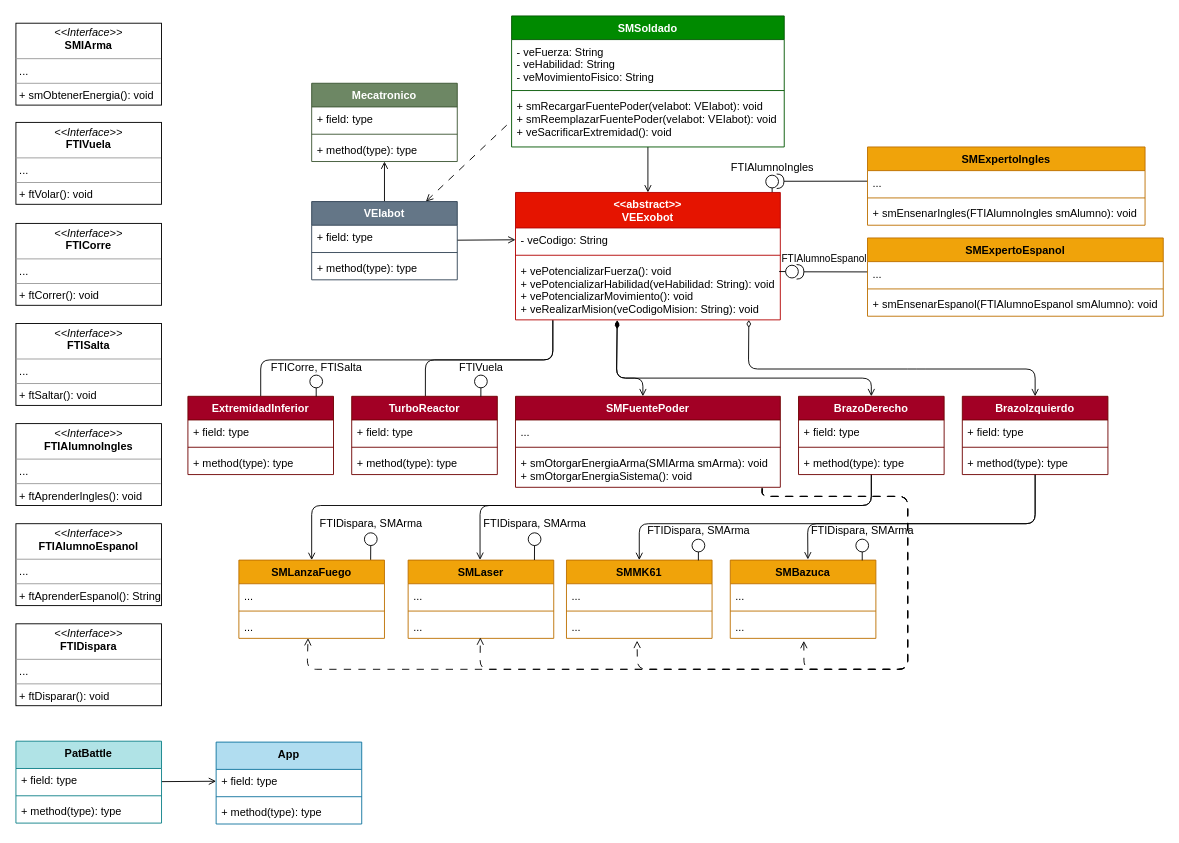
mateonicolasg/Grupo5.Exobot keeps this draw.io diagram as DC.Exobot2.0.drawio. Above is the earlier version. Source tidied: cells renumbered, new cells numbered last; positions are measured from the earlier drawing's top-left corner, leaving out a move shared by most shapes. Both pictures are drawn from the tidied source at 91%, with x=0, y=0 at pixel (15, 15).
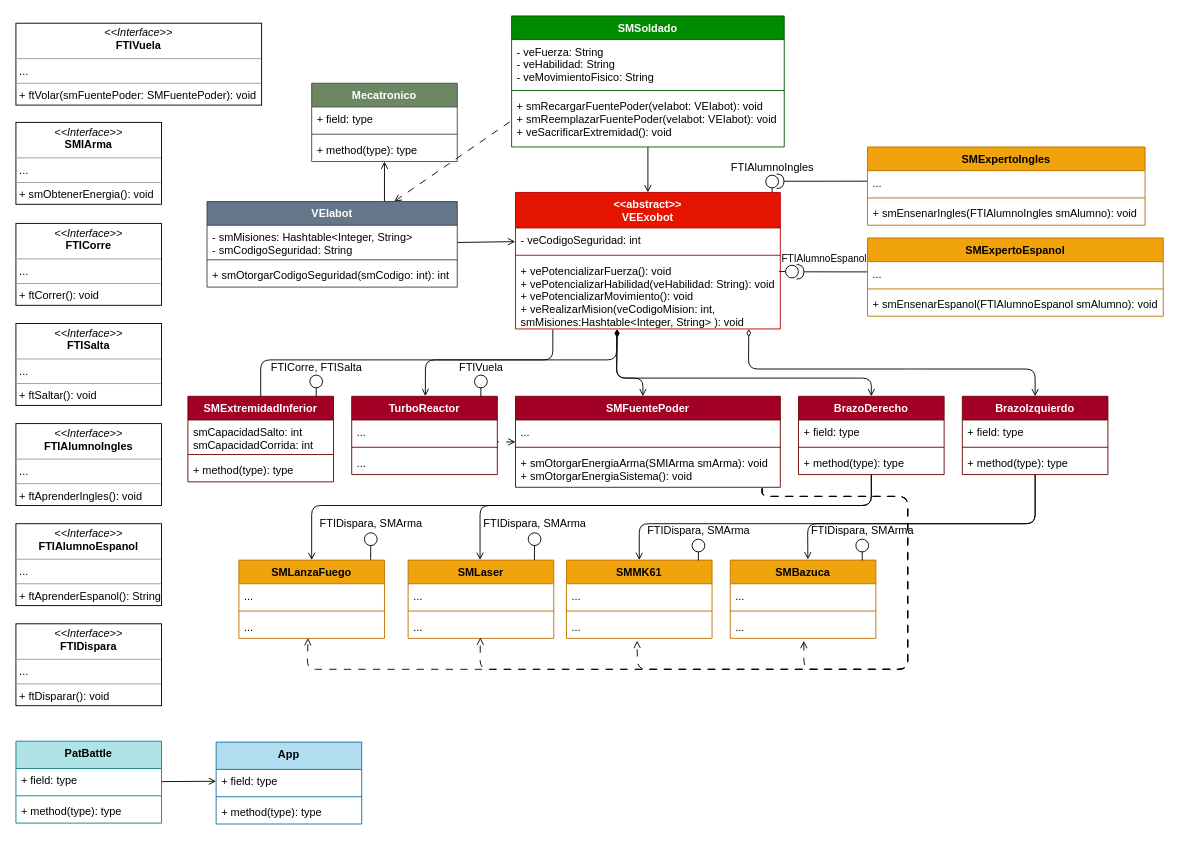
After the change.

The change refers to these unchanged cells:
```xml
<mxCell id="24" value="Mecatronico" style="swimlane;fontStyle=1;align=center;verticalAlign=top;horizontal=1;startSize=26;fillColor=#6d8764;strokeColor=#3A5431;fontColor=#ffffff;" parent="1" vertex="1">
  <mxGeometry x="325" y="74" width="160" height="86" as="geometry" />
</mxCell>
<mxCell id="41" value="TurboReactor" style="swimlane;fontStyle=1;align=center;verticalAlign=top;horizontal=1;startSize=26;fillColor=#a20025;strokeColor=#6F0000;fontColor=#ffffff;" parent="1" vertex="1">
  <mxGeometry x="369" y="418" width="160" height="86" as="geometry" />
</mxCell>
<mxCell id="46" value="SMFuentePoder" style="swimlane;fontStyle=1;align=center;verticalAlign=top;horizontal=1;startSize=26;fillColor=#a20025;strokeColor=#6F0000;fontColor=#ffffff;" parent="1" vertex="1">
  <mxGeometry x="549" y="418" width="291" height="100" as="geometry" />
</mxCell>
```

Diff of the diagram source:
```diff
@@
-    <mxCell id="4" style="edgeStyle=none;html=1;entryX=0.506;entryY=-0.002;entryDx=0;entryDy=0;strokeColor=#000000;fontColor=#000000;endArrow=none;endFill=0;exitX=0.141;exitY=1.002;exitDx=0;exitDy=0;exitPerimeter=0;entryPerimeter=0;" parent="1" edge="1" source="11" target="41">
+    <mxCell id="4" style="edgeStyle=none;html=1;entryX=0.506;entryY=-0.002;entryDx=0;entryDy=0;strokeColor=#000000;fontColor=#000000;endArrow=open;endFill=0;entryPerimeter=0;startArrow=diamondThin;startFill=1;exitX=0.383;exitY=1.002;exitDx=0;exitDy=0;exitPerimeter=0;" parent="1" edge="1" source="11" target="41">
       <mxGeometry relative="1" as="geometry">
         <Array as="points">
-          <mxPoint x="590" y="378" />
+          <mxPoint x="660" y="378" />
           <mxPoint x="450" y="378" />
         </Array>
       </mxGeometry>
     </mxCell>
-    <mxCell id="5" style="edgeStyle=none;html=1;entryX=0.481;entryY=0;entryDx=0;entryDy=0;strokeColor=#000000;fontColor=#000000;endArrow=open;endFill=0;startArrow=diamondThin;startFill=1;exitX=0.384;exitY=1.023;exitDx=0;exitDy=0;exitPerimeter=0;entryPerimeter=0;" parent="1" edge="1" source="11" target="46">
+    <mxCell id="5" style="edgeStyle=none;html=1;entryX=0.481;entryY=0;entryDx=0;entryDy=0;strokeColor=#000000;fontColor=#000000;endArrow=open;endFill=0;startArrow=diamondThin;startFill=1;entryPerimeter=0;exitX=0.384;exitY=1.009;exitDx=0;exitDy=0;exitPerimeter=0;" parent="1" edge="1" source="11" target="46">
       <mxGeometry relative="1" as="geometry">
         <Array as="points">
           <mxPoint x="660" y="398" />
           <mxPoint x="689" y="398" />
         </Array>
       </mxGeometry>
     </mxCell>
@@
     <mxCell id="8" value="&lt;&lt;abstract&gt;&gt;&#10;VEExobot" style="swimlane;fontStyle=1;align=center;verticalAlign=top;horizontal=1;startSize=39;fillColor=#e51400;strokeColor=#B20000;fontColor=#ffffff;" parent="1" vertex="1">
-      <mxGeometry x="549" y="194" width="291" height="140" as="geometry" />
+      <mxGeometry x="549" y="194" width="291" height="150" as="geometry" />
     </mxCell>
-    <mxCell id="9" value="- veCodigo: String" style="text;strokeColor=none;fillColor=none;align=left;verticalAlign=top;spacingLeft=4;spacingRight=4;overflow=hidden;points=[[0,0.5],[1,0.5]];portConstraint=eastwest;fontColor=#000000;" parent="8" vertex="1">
+    <mxCell id="9" value="- veCodigoSeguridad: int" style="text;strokeColor=none;fillColor=none;align=left;verticalAlign=top;spacingLeft=4;spacingRight=4;overflow=hidden;points=[[0,0.5],[1,0.5]];portConstraint=eastwest;fontColor=#000000;" parent="8" vertex="1">
       <mxGeometry y="39" width="291" height="26" as="geometry" />
     </mxCell>
@@
-    <mxCell id="11" value="+ vePotencializarFuerza(): void&#10;+ vePotencializarHabilidad(veHabilidad: String): void&#10;+ vePotencializarMovimiento(): void&#10;+ veRealizarMision(veCodigoMision: String): void" style="text;strokeColor=none;fillColor=none;align=left;verticalAlign=top;spacingLeft=4;spacingRight=4;overflow=hidden;points=[[0,0.5],[1,0.5]];portConstraint=eastwest;fontColor=#000000;" parent="8" vertex="1">
-      <mxGeometry y="73" width="291" height="67" as="geometry" />
+    <mxCell id="11" value="+ vePotencializarFuerza(): void&#10;+ vePotencializarHabilidad(veHabilidad: String): void&#10;+ vePotencializarMovimiento(): void&#10;+ veRealizarMision(veCodigoMision: int, &#10;smMisiones:Hashtable&lt;Integer, String&gt; ): void" style="text;strokeColor=none;fillColor=none;align=left;verticalAlign=top;spacingLeft=4;spacingRight=4;overflow=hidden;points=[[0,0.5],[1,0.5]];portConstraint=eastwest;fontColor=#000000;" parent="8" vertex="1">
+      <mxGeometry y="73" width="291" height="77" as="geometry" />
     </mxCell>
@@
-    <mxCell id="17" style="edgeStyle=none;html=1;entryX=0.5;entryY=1;entryDx=0;entryDy=0;strokeColor=#000000;endArrow=open;endFill=0;" parent="1" edge="1" source="20" target="24">
+    <mxCell id="17" style="edgeStyle=none;html=1;entryX=0.5;entryY=1;entryDx=0;entryDy=0;strokeColor=#000000;endArrow=open;endFill=0;exitX=0.709;exitY=0.043;exitDx=0;exitDy=0;exitPerimeter=0;" parent="1" edge="1" source="20" target="24">
       <mxGeometry relative="1" as="geometry" />
     </mxCell>
-    <mxCell id="18" style="edgeStyle=none;html=1;entryX=0;entryY=0.5;entryDx=0;entryDy=0;strokeColor=#000000;endArrow=open;endFill=0;" parent="1" edge="1" source="20" target="9">
+    <mxCell id="18" style="edgeStyle=none;html=1;entryX=-0.001;entryY=0.577;entryDx=0;entryDy=0;strokeColor=#000000;endArrow=open;endFill=0;entryPerimeter=0;" parent="1" edge="1" source="20" target="9">
       <mxGeometry relative="1" as="geometry" />
     </mxCell>
@@
     <mxCell id="20" value="VEIabot" style="swimlane;fontStyle=1;align=center;verticalAlign=top;horizontal=1;startSize=26;fillColor=#647687;strokeColor=#314354;fontColor=#ffffff;" parent="1" vertex="1">
-      <mxGeometry x="325" y="204" width="160" height="86" as="geometry" />
+      <mxGeometry x="210" y="204" width="275" height="94" as="geometry" />
     </mxCell>
-    <mxCell id="21" value="+ field: type" style="text;strokeColor=none;fillColor=none;align=left;verticalAlign=top;spacingLeft=4;spacingRight=4;overflow=hidden;fontColor=#000000;" parent="20" vertex="1">
-      <mxGeometry y="26" width="160" height="26" as="geometry" />
+    <mxCell id="21" value="- smMisiones: Hashtable&lt;Integer, String&gt;&#10;- smCodigoSeguridad: String" style="text;strokeColor=none;fillColor=none;align=left;verticalAlign=top;spacingLeft=4;spacingRight=4;overflow=hidden;fontColor=#000000;" parent="20" vertex="1">
+      <mxGeometry y="26" width="275" height="34" as="geometry" />
     </mxCell>
     <mxCell id="22" style="line;strokeWidth=1;fillColor=none;align=left;verticalAlign=middle;spacingTop=-1;spacingLeft=3;spacingRight=3;labelPosition=right;strokeColor=inherit;" parent="20" vertex="1">
-      <mxGeometry y="52" width="160" height="8" as="geometry" />
+      <mxGeometry y="60" width="275" height="8" as="geometry" />
     </mxCell>
-    <mxCell id="23" value="+ method(type): type" style="text;strokeColor=none;fillColor=none;align=left;verticalAlign=top;spacingLeft=4;spacingRight=4;overflow=hidden;fontColor=#000000;" parent="20" vertex="1">
-      <mxGeometry y="60" width="160" height="26" as="geometry" />
+    <mxCell id="23" value="+ smOtorgarCodigoSeguridad(smCodigo: int): int" style="text;strokeColor=none;fillColor=none;align=left;verticalAlign=top;spacingLeft=4;spacingRight=4;overflow=hidden;fontColor=#000000;" parent="20" vertex="1">
+      <mxGeometry y="68" width="275" height="26" as="geometry" />
     </mxCell>
@@
-    <mxCell id="37" value="ExtremidadInferior" style="swimlane;fontStyle=1;align=center;verticalAlign=top;horizontal=1;startSize=26;fillColor=#a20025;strokeColor=#6F0000;fontColor=#ffffff;" parent="1" vertex="1">
-      <mxGeometry x="189" y="418" width="160" height="86" as="geometry" />
+    <mxCell id="37" value="SMExtremidadInferior" style="swimlane;fontStyle=1;align=center;verticalAlign=top;horizontal=1;startSize=26;fillColor=#a20025;strokeColor=#6F0000;fontColor=#ffffff;" parent="1" vertex="1">
+      <mxGeometry x="189" y="418" width="160" height="94" as="geometry" />
     </mxCell>
-    <mxCell id="38" value="+ field: type" style="text;strokeColor=none;fillColor=none;align=left;verticalAlign=top;spacingLeft=4;spacingRight=4;overflow=hidden;fontColor=#000000;" parent="37" vertex="1">
-      <mxGeometry y="26" width="160" height="26" as="geometry" />
+    <mxCell id="38" value="smCapacidadSalto: int&#10;smCapacidadCorrida: int" style="text;strokeColor=none;fillColor=none;align=left;verticalAlign=top;spacingLeft=4;spacingRight=4;overflow=hidden;fontColor=#000000;" parent="37" vertex="1">
+      <mxGeometry y="26" width="160" height="34" as="geometry" />
     </mxCell>
     <mxCell id="39" style="line;strokeWidth=1;fillColor=none;align=left;verticalAlign=middle;spacingTop=-1;spacingLeft=3;spacingRight=3;labelPosition=right;strokeColor=inherit;" parent="37" vertex="1">
-      <mxGeometry y="52" width="160" height="8" as="geometry" />
+      <mxGeometry y="60" width="160" height="8" as="geometry" />
     </mxCell>
     <mxCell id="40" value="+ method(type): type" style="text;strokeColor=none;fillColor=none;align=left;verticalAlign=top;spacingLeft=4;spacingRight=4;overflow=hidden;fontColor=#000000;" parent="37" vertex="1">
-      <mxGeometry y="60" width="160" height="26" as="geometry" />
+      <mxGeometry y="68" width="160" height="26" as="geometry" />
     </mxCell>
@@
-    <mxCell id="42" value="+ field: type" style="text;strokeColor=none;fillColor=none;align=left;verticalAlign=top;spacingLeft=4;spacingRight=4;overflow=hidden;points=[[0,0.5],[1,0.5]];portConstraint=eastwest;fontColor=#000000;" parent="41" vertex="1">
+    <mxCell id="42" value="..." style="text;strokeColor=none;fillColor=none;align=left;verticalAlign=top;spacingLeft=4;spacingRight=4;overflow=hidden;points=[[0,0.5],[1,0.5]];portConstraint=eastwest;fontColor=#000000;" parent="41" vertex="1">
       <mxGeometry y="26" width="160" height="26" as="geometry" />
     </mxCell>
@@
-    <mxCell id="44" value="+ method(type): type" style="text;strokeColor=none;fillColor=none;align=left;verticalAlign=top;spacingLeft=4;spacingRight=4;overflow=hidden;fontColor=#000000;" parent="41" vertex="1">
+    <mxCell id="44" value="..." style="text;strokeColor=none;fillColor=none;align=left;verticalAlign=top;spacingLeft=4;spacingRight=4;overflow=hidden;fontColor=#000000;" parent="41" vertex="1">
       <mxGeometry y="60" width="160" height="26" as="geometry" />
     </mxCell>
@@
+    <mxCell id="113" style="edgeStyle=none;html=1;entryX=1;entryY=0.928;entryDx=0;entryDy=0;entryPerimeter=0;strokeColor=#000000;startArrow=open;startFill=0;endArrow=none;endFill=0;dashed=1;dashPattern=8 8;" parent="1" edge="1" source="46" target="42">
+      <mxGeometry relative="1" as="geometry" />
+    </mxCell>
@@
-    <mxCell id="79" value="&lt;p style=&quot;margin:0px;margin-top:4px;text-align:center;&quot;&gt;&lt;i&gt;&amp;lt;&amp;lt;Interface&amp;gt;&amp;gt;&lt;/i&gt;&lt;br&gt;&lt;b&gt;FTIVuela&lt;/b&gt;&lt;/p&gt;&lt;hr size=&quot;1&quot;&gt;&lt;p style=&quot;margin:0px;margin-left:4px;&quot;&gt;...&lt;/p&gt;&lt;hr size=&quot;1&quot;&gt;&lt;p style=&quot;margin:0px;margin-left:4px;&quot;&gt;+ ftVolar(): void&lt;br&gt;&lt;/p&gt;" style="verticalAlign=top;align=left;overflow=fill;fontSize=12;fontFamily=Helvetica;html=1;fontColor=#000000;fillColor=none;strokeColor=#000000;" parent="1" vertex="1">
-      <mxGeometry y="117" width="160" height="90" as="geometry" />
+    <mxCell id="79" value="&lt;p style=&quot;margin:0px;margin-top:4px;text-align:center;&quot;&gt;&lt;i&gt;&amp;lt;&amp;lt;Interface&amp;gt;&amp;gt;&lt;/i&gt;&lt;br&gt;&lt;b&gt;FTIVuela&lt;/b&gt;&lt;/p&gt;&lt;hr size=&quot;1&quot;&gt;&lt;p style=&quot;margin:0px;margin-left:4px;&quot;&gt;...&lt;/p&gt;&lt;hr size=&quot;1&quot;&gt;&lt;p style=&quot;margin:0px;margin-left:4px;&quot;&gt;+ ftVolar(smFuentePoder: SMFuentePoder): void&lt;br&gt;&lt;/p&gt;" style="verticalAlign=top;align=left;overflow=fill;fontSize=12;fontFamily=Helvetica;html=1;fontColor=#000000;fillColor=none;strokeColor=#000000;" parent="1" vertex="1">
+      <mxGeometry y="8" width="270" height="90" as="geometry" />
     </mxCell>
@@
     <mxCell id="109" value="&lt;p style=&quot;margin:0px;margin-top:4px;text-align:center;&quot;&gt;&lt;i&gt;&amp;lt;&amp;lt;Interface&amp;gt;&amp;gt;&lt;/i&gt;&lt;br&gt;&lt;b&gt;SMIArma&lt;/b&gt;&lt;/p&gt;&lt;hr size=&quot;1&quot;&gt;&lt;p style=&quot;margin:0px;margin-left:4px;&quot;&gt;...&lt;/p&gt;&lt;hr size=&quot;1&quot;&gt;&lt;p style=&quot;margin:0px;margin-left:4px;&quot;&gt;+ smObtenerEnergia(): void&lt;br&gt;&lt;/p&gt;" style="verticalAlign=top;align=left;overflow=fill;fontSize=12;fontFamily=Helvetica;html=1;fontColor=#000000;fillColor=none;strokeColor=#000000;" parent="1" vertex="1">
-      <mxGeometry y="8" width="160" height="90" as="geometry" />
+      <mxGeometry y="117" width="160" height="90" as="geometry" />
     </mxCell>
```
